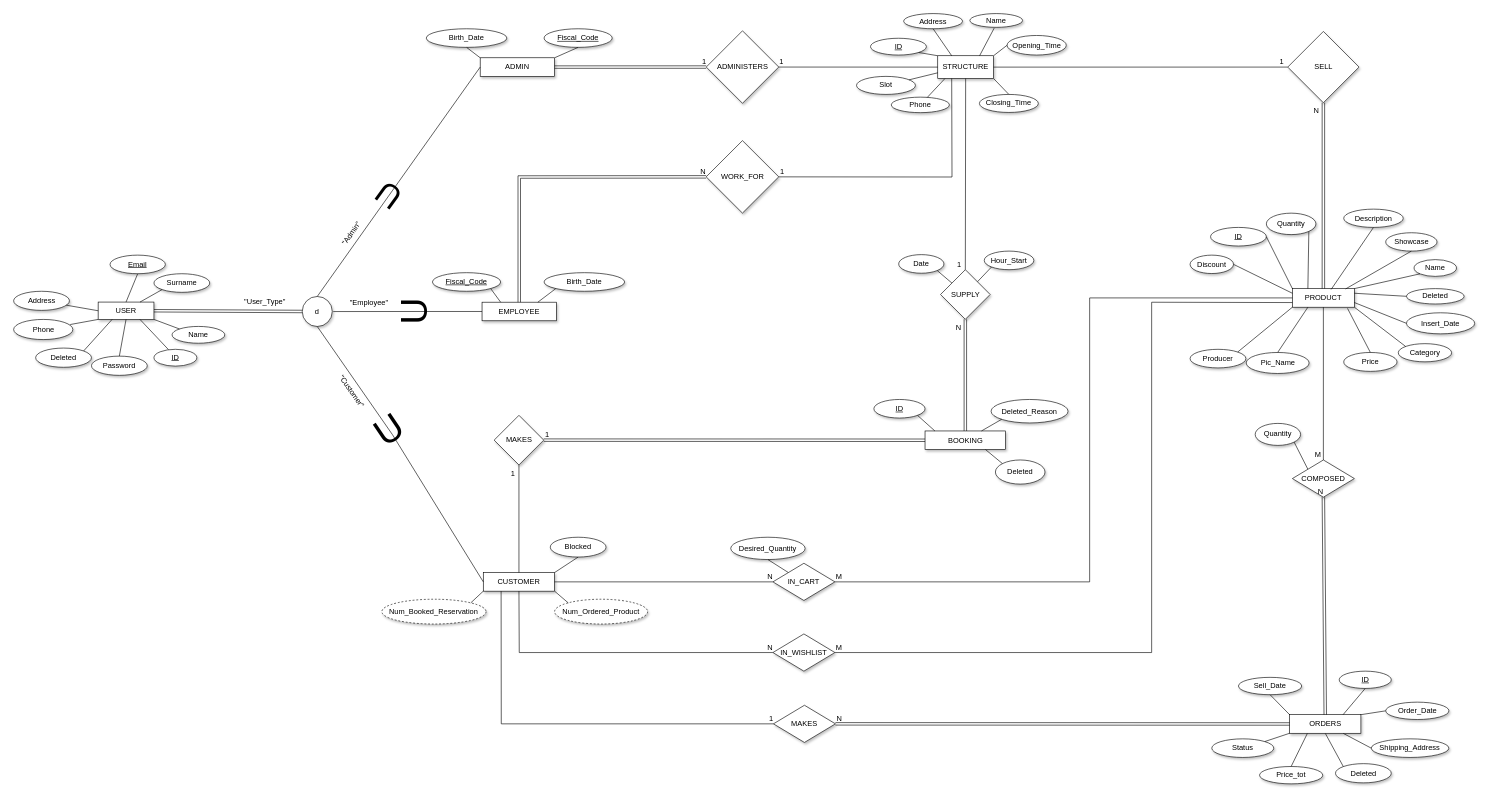
Earlier version of the draw.io diagram db/FINAL_EER.drawio (lilpilgit/Barber). Source tidied: cells renumbered, new cells numbered last; positions are measured from the earlier drawing's top-left corner, leaving out a move shared by most shapes. Both pictures are drawn from the tidied source at 62%, with x=0, y=0 at pixel (13, 13).
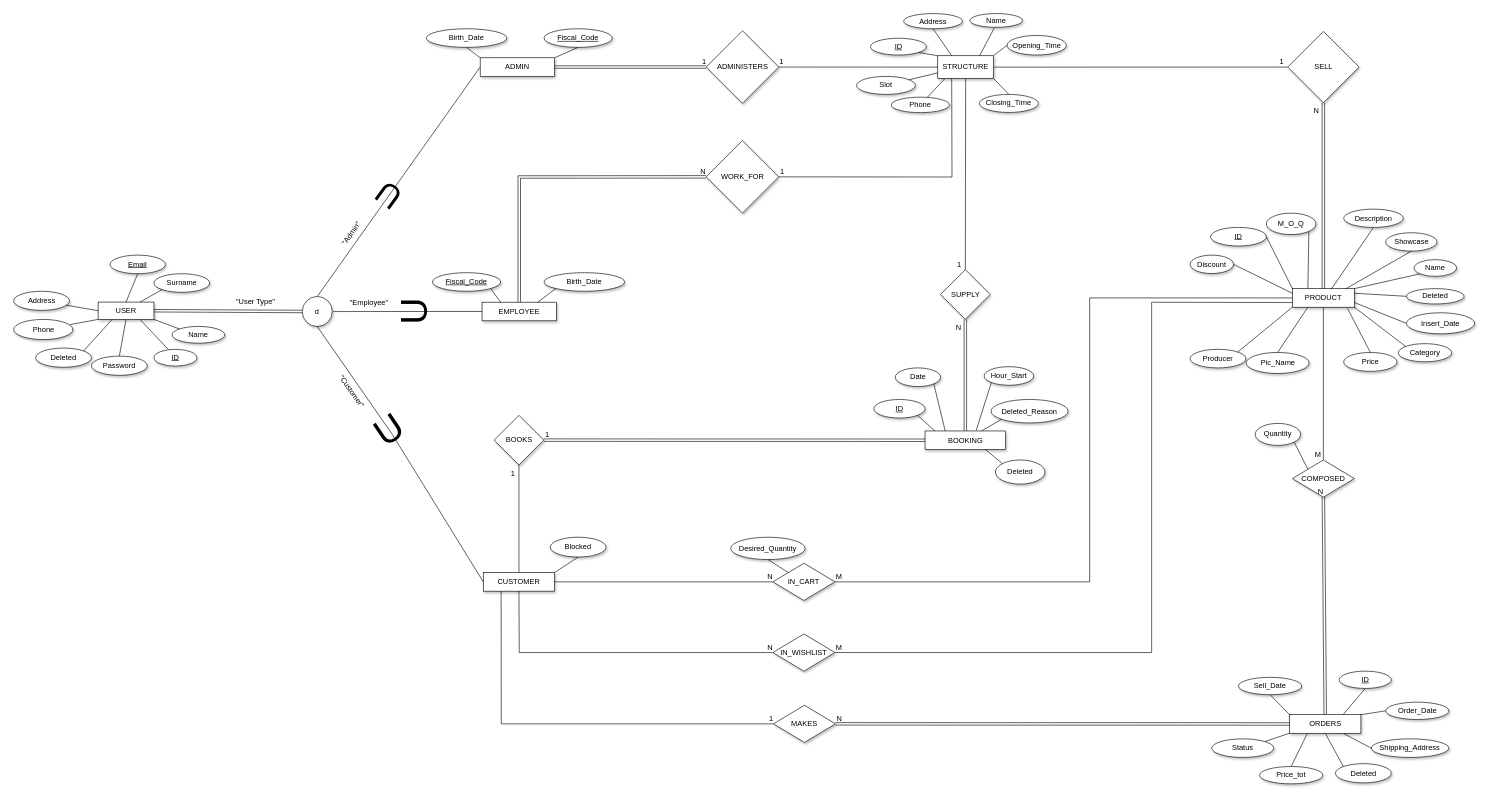
Above is the later version.

Unchanged cells that the change refers to:
```xml
<mxCell id="4" value="CUSTOMER" style="rounded=0;whiteSpace=wrap;html=1;shadow=1;" parent="1" vertex="1">
  <mxGeometry x="758" y="902" width="115" height="30" as="geometry" />
</mxCell>
<mxCell id="20" value="BOOKING" style="rounded=0;whiteSpace=wrap;html=1;shadow=1;" parent="1" vertex="1">
  <mxGeometry x="1470.5" y="673.6" width="130" height="30" as="geometry" />
</mxCell>
<mxCell id="36" value="SUPPLY" style="rhombus;whiteSpace=wrap;html=1;shadow=1;" parent="1" vertex="1">
  <mxGeometry x="1495.5" y="413.5" width="80" height="80" as="geometry" />
</mxCell>
```

The edit, as a diff of the source:
```diff
@@
-    <mxCell id="5" value="Quantity" style="ellipse;whiteSpace=wrap;html=1;shadow=1;" parent="1" vertex="1">
+    <mxCell id="5" value="M_O_Q" style="ellipse;whiteSpace=wrap;html=1;shadow=1;" parent="1" vertex="1">
       <mxGeometry x="2021" y="322.3" width="80" height="34.6" as="geometry" />
     </mxCell>
@@
     <mxCell id="30" value="Date" style="ellipse;whiteSpace=wrap;html=1;shadow=1;" parent="1" vertex="1">
-      <mxGeometry x="1428" y="389.2" width="73" height="30" as="geometry" />
+      <mxGeometry x="1422.5" y="571.9" width="73" height="30" as="geometry" />
     </mxCell>
     <mxCell id="31" value="Hour_Start" style="ellipse;whiteSpace=wrap;html=1;shadow=1;" parent="1" vertex="1">
-      <mxGeometry x="1566" y="383.5" width="80" height="30" as="geometry" />
+      <mxGeometry x="1565.8" y="569.9" width="80" height="30" as="geometry" />
     </mxCell>
@@
-    <mxCell id="33" style="endArrow=none;html=1;exitX=1;exitY=1;exitDx=0;exitDy=0;shadow=0;" parent="1" edge="1" source="30" target="36">
+    <mxCell id="33" style="endArrow=none;html=1;exitX=1;exitY=1;exitDx=0;exitDy=0;shadow=0;entryX=0.25;entryY=0;entryDx=0;entryDy=0;" parent="1" edge="1" source="30" target="20">
       <mxGeometry relative="1" as="geometry" />
     </mxCell>
-    <mxCell id="34" style="endArrow=none;html=1;exitX=0;exitY=1;exitDx=0;exitDy=0;shadow=0;" parent="1" edge="1" source="31" target="36">
+    <mxCell id="34" style="endArrow=none;html=1;exitX=0;exitY=1;exitDx=0;exitDy=0;shadow=0;entryX=0.635;entryY=-0.035;entryDx=0;entryDy=0;entryPerimeter=0;" parent="1" edge="1" source="31" target="20">
       <mxGeometry relative="1" as="geometry" />
     </mxCell>
@@
-    <mxCell id="37" value="MAKES" style="rhombus;whiteSpace=wrap;html=1;shadow=1;" parent="1" vertex="1">
+    <mxCell id="37" value="BOOKS" style="rhombus;whiteSpace=wrap;html=1;shadow=1;" parent="1" vertex="1">
       <mxGeometry x="775.5" y="648.4" width="80" height="80" as="geometry" />
     </mxCell>
@@
-    <mxCell id="87" value="&quot;User_Type&quot;" style="text;html=1;strokeColor=none;fillColor=none;align=center;verticalAlign=middle;whiteSpace=wrap;rounded=0;" parent="1" vertex="1">
-      <mxGeometry x="386" y="455.3" width="40" height="20" as="geometry" />
+    <mxCell id="87" value="&quot;User Type&quot;" style="text;html=1;strokeColor=none;fillColor=none;align=center;verticalAlign=middle;whiteSpace=wrap;rounded=0;" parent="1" vertex="1">
+      <mxGeometry x="356" y="455.3" width="70" height="20" as="geometry" />
     </mxCell>
@@
-    <mxCell id="103" value="Num_Ordered_Product" style="ellipse;whiteSpace=wrap;html=1;align=center;dashed=1;shadow=1;" parent="1" vertex="1">
-      <mxGeometry x="873" y="945" width="150" height="40" as="geometry" />
-    </mxCell>
-    <mxCell id="104" style="endArrow=none;html=1;entryX=0;entryY=0;entryDx=0;entryDy=0;exitX=1;exitY=1;exitDx=0;exitDy=0;" parent="1" edge="1" source="4" target="103">
-      <mxGeometry relative="1" as="geometry" />
-    </mxCell>
-    <mxCell id="105" value="Num_Booked_Reservation" style="ellipse;whiteSpace=wrap;html=1;align=center;dashed=1;shadow=1;" parent="1" vertex="1">
-      <mxGeometry x="594.4" y="945" width="168" height="40" as="geometry" />
-    </mxCell>
-    <mxCell id="106" style="endArrow=none;html=1;entryX=1;entryY=0;entryDx=0;entryDy=0;exitX=0;exitY=1;exitDx=0;exitDy=0;" parent="1" edge="1" source="4" target="105">
-      <mxGeometry relative="1" as="geometry" />
-    </mxCell>
```
